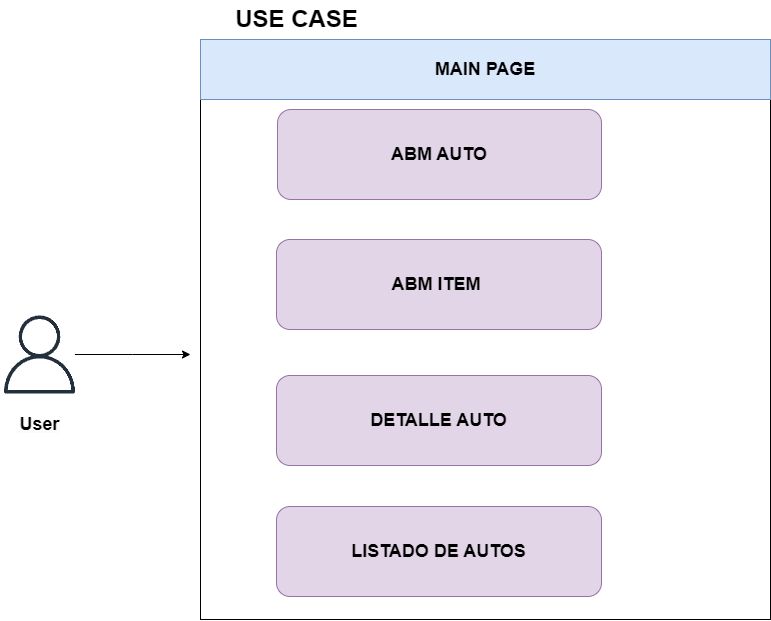
This is assets/CU.png from Tip-Grupo-6/kuruma-docs, a draw.io export, as it was before one commit. Source tidied: cells renumbered, new cells last; positions are measured from the earlier drawing's top-left corner, leaving out a move shared by most shapes.
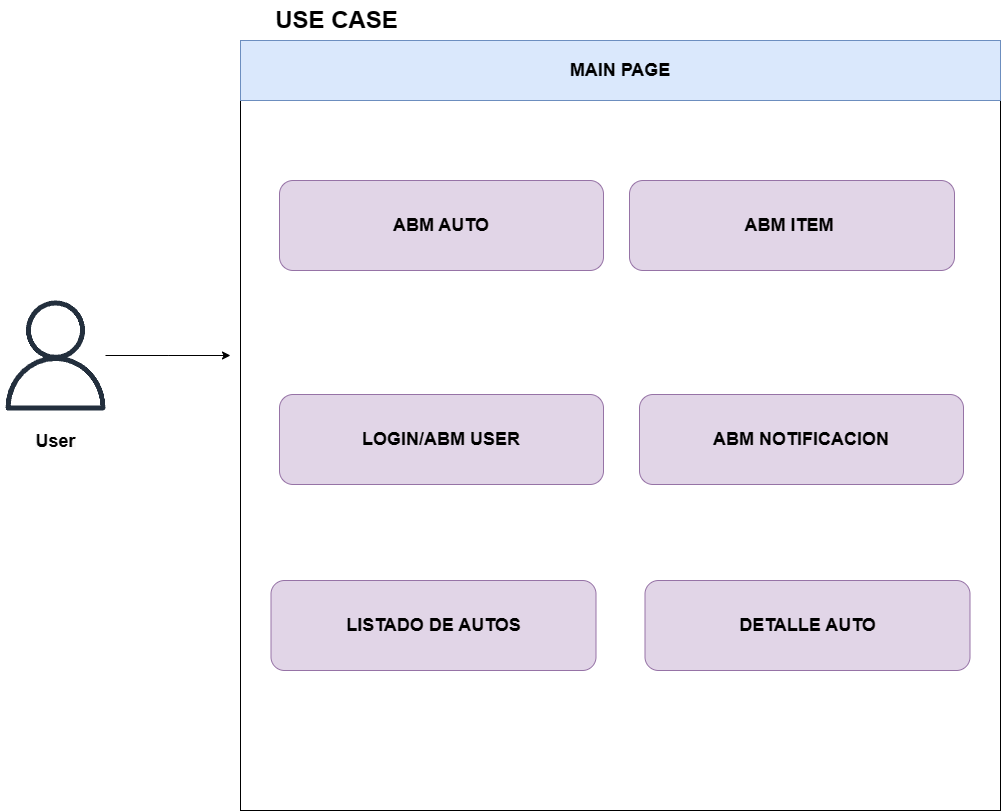
Above is the later version.

Diff of the diagram source:
```diff
@@ -20,25 +20,31 @@
       </mxGeometry>
     </mxCell>
     <mxCell id="5" value="&#10;&lt;b style=&quot;border-color: var(--border-color); color: rgb(0, 0, 0); font-family: Helvetica; font-size: 12px; font-style: normal; font-variant-ligatures: normal; font-variant-caps: normal; letter-spacing: normal; orphans: 2; text-indent: 0px; text-transform: none; widows: 2; word-spacing: 0px; -webkit-text-stroke-width: 0px; text-decoration-thickness: initial; text-decoration-style: initial; text-decoration-color: initial; text-align: center; background-color: rgb(251, 251, 251);&quot;&gt;&lt;font style=&quot;border-color: var(--border-color); font-size: 18px;&quot;&gt;User&lt;/font&gt;&lt;/b&gt;&#10;&#10;" style="sketch=0;outlineConnect=0;fontColor=#232F3E;gradientColor=none;fillColor=#232F3D;strokeColor=none;dashed=0;verticalLabelPosition=bottom;verticalAlign=top;align=center;html=1;fontSize=12;fontStyle=0;shape=mxgraph.aws4.user;" parent="1" vertex="1">
-      <mxGeometry y="316" width="78" height="78" as="geometry" />
+      <mxGeometry x="-40" y="300" width="110" height="110" as="geometry" />
     </mxCell>
     <mxCell id="6" style="whiteSpace=wrap;html=1;" parent="1" vertex="1">
-      <mxGeometry x="200" y="50" width="570" height="570" as="geometry" />
+      <mxGeometry x="200" y="50" width="760" height="760" as="geometry" />
     </mxCell>
     <mxCell id="7" value="&lt;b&gt;&lt;font style=&quot;font-size: 18px;&quot;&gt;MAIN PAGE&lt;/font&gt;&lt;/b&gt;" style="rounded=0;whiteSpace=wrap;html=1;fillColor=#dae8fc;strokeColor=#6c8ebf;" parent="1" vertex="1">
-      <mxGeometry x="200" y="40" width="570" height="60" as="geometry" />
+      <mxGeometry x="200" y="40" width="760" height="60" as="geometry" />
     </mxCell>
     <mxCell id="8" value="&lt;b&gt;&lt;font style=&quot;font-size: 18px;&quot;&gt;DETALLE AUTO&lt;/font&gt;&lt;/b&gt;" style="rounded=1;whiteSpace=wrap;html=1;fillColor=#e1d5e7;strokeColor=#9673a6;" parent="1" vertex="1">
-      <mxGeometry x="276" y="376" width="325" height="90" as="geometry" />
+      <mxGeometry x="604.5" y="580" width="325" height="90" as="geometry" />
     </mxCell>
     <mxCell id="9" value="&lt;span style=&quot;font-size: 18px;&quot;&gt;&lt;b&gt;LISTADO DE AUTOS&lt;/b&gt;&lt;/span&gt;" style="rounded=1;whiteSpace=wrap;html=1;fillColor=#e1d5e7;strokeColor=#9673a6;" parent="1" vertex="1">
-      <mxGeometry x="276" y="507" width="325" height="90" as="geometry" />
+      <mxGeometry x="230.5" y="580" width="325" height="90" as="geometry" />
     </mxCell>
     <mxCell id="10" value="&lt;span style=&quot;font-size: 18px;&quot;&gt;&lt;b&gt;ABM AUTO&lt;/b&gt;&lt;/span&gt;" style="rounded=1;whiteSpace=wrap;html=1;fillColor=#e1d5e7;strokeColor=#9673a6;" parent="1" vertex="1">
-      <mxGeometry x="277" y="110" width="324" height="90" as="geometry" />
+      <mxGeometry x="239" y="180" width="324" height="90" as="geometry" />
     </mxCell>
     <mxCell id="11" value="&lt;b&gt;&lt;font style=&quot;font-size: 18px;&quot;&gt;ABM ITEM&amp;nbsp;&lt;/font&gt;&lt;/b&gt;" style="rounded=1;whiteSpace=wrap;html=1;fillColor=#e1d5e7;strokeColor=#9673a6;" parent="1" vertex="1">
-      <mxGeometry x="276" y="240" width="325" height="90" as="geometry" />
+      <mxGeometry x="589" y="180" width="325" height="90" as="geometry" />
     </mxCell>
+    <mxCell id="12" value="&lt;span style=&quot;font-size: 18px;&quot;&gt;&lt;b&gt;LOGIN/ABM USER&lt;/b&gt;&lt;/span&gt;" style="rounded=1;whiteSpace=wrap;html=1;fillColor=#e1d5e7;strokeColor=#9673a6;" parent="1" vertex="1">
+      <mxGeometry x="239" y="394" width="324" height="90" as="geometry" />
+    </mxCell>
+    <mxCell id="13" value="&lt;span style=&quot;font-size: 18px;&quot;&gt;&lt;b&gt;ABM NOTIFICACION&lt;/b&gt;&lt;/span&gt;" style="rounded=1;whiteSpace=wrap;html=1;fillColor=#e1d5e7;strokeColor=#9673a6;" parent="1" vertex="1">
+      <mxGeometry x="599" y="394" width="324" height="90" as="geometry" />
+    </mxCell>
   </root>
 </mxGraphModel>
```
